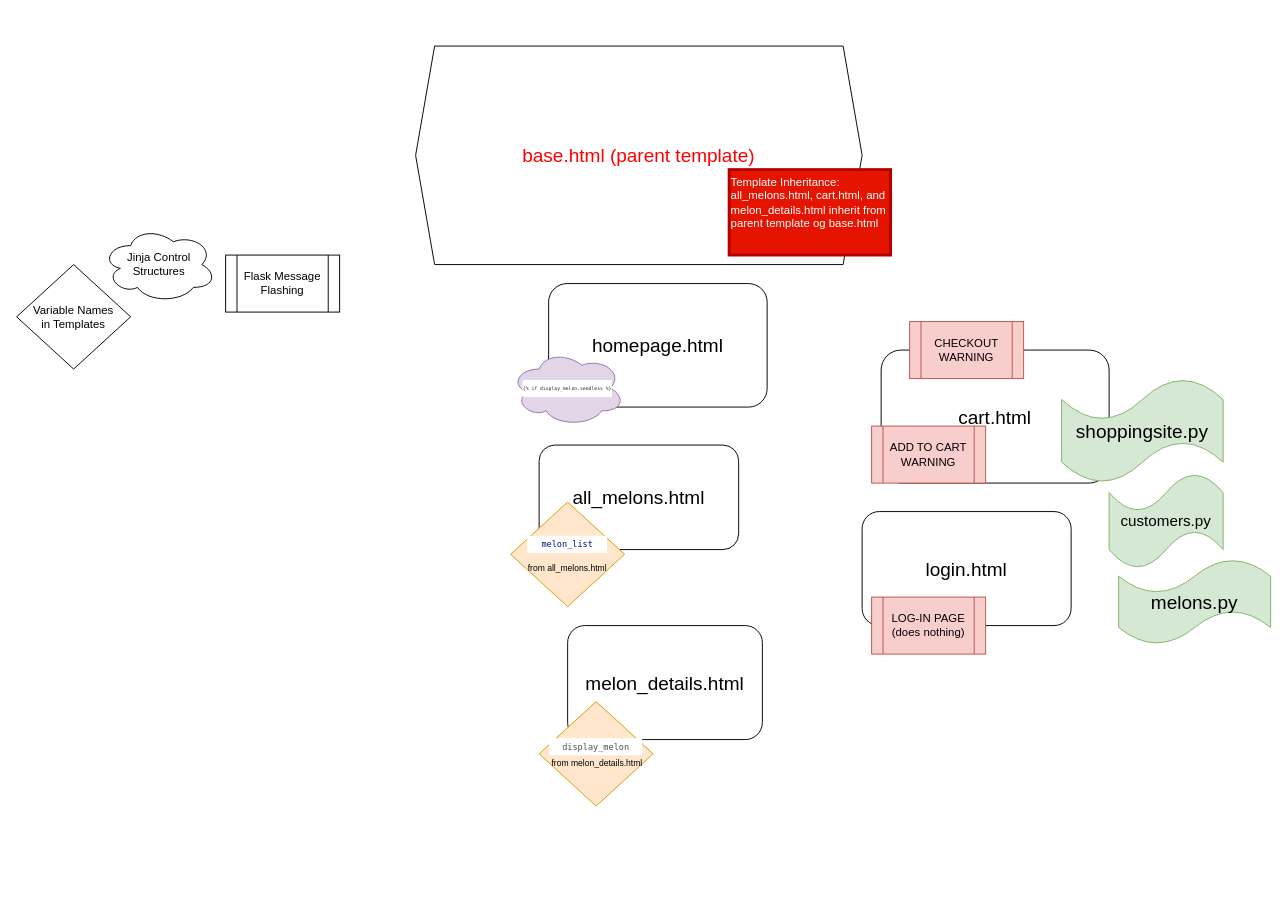
Before: g_and_erikkas_PP-shopping_site.drawio in erikkaincolor/shopping-site, a draw.io diagram. Source tidied: cells renumbered, new cells numbered last; positions are measured from the earlier drawing's top-left corner, leaving out a move shared by most shapes. Both pictures are drawn from the tidied source at 95%, with x=0, y=0 at pixel (16, 46).
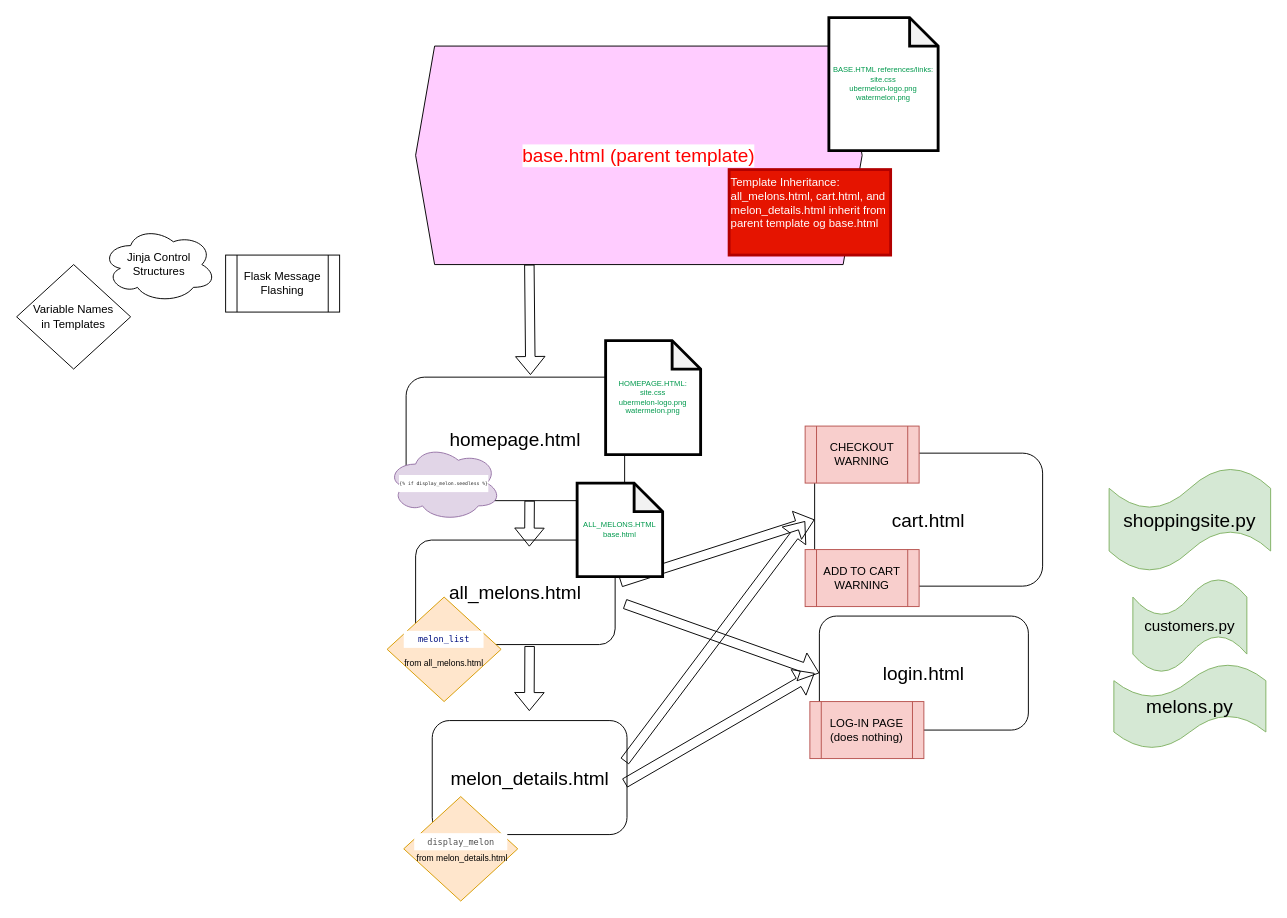
After the change.

Commit message:
went through task 1 in handout

Change to the diagram source:
```diff
@@
     <mxCell id="2" value="&lt;font style=&quot;font-size: 20px;&quot;&gt;melon_details.html&lt;/font&gt;" style="rounded=1;whiteSpace=wrap;html=1;fontSize=12;glass=0;strokeWidth=1;shadow=0;" parent="1" vertex="1">
-      <mxGeometry x="580" y="610" width="205" height="120" as="geometry" />
+      <mxGeometry x="437.5" y="710" width="205" height="120" as="geometry" />
     </mxCell>
     <mxCell id="3" value="&lt;font style=&quot;font-size: 20px;&quot;&gt;login.html&lt;/font&gt;" style="rounded=1;whiteSpace=wrap;html=1;fontSize=12;glass=0;strokeWidth=1;shadow=0;" parent="1" vertex="1">
-      <mxGeometry x="890" y="490" width="220" height="120" as="geometry" />
+      <mxGeometry x="845" y="600" width="220" height="120" as="geometry" />
     </mxCell>
     <mxCell id="4" value="&lt;font style=&quot;font-size: 20px;&quot;&gt;cart.html&lt;/font&gt;" style="rounded=1;whiteSpace=wrap;html=1;fontSize=12;glass=0;strokeWidth=1;shadow=0;" parent="1" vertex="1">
-      <mxGeometry x="910" y="320" width="240" height="140" as="geometry" />
+      <mxGeometry x="840" y="428.5" width="240" height="140" as="geometry" />
     </mxCell>
     <mxCell id="5" value="&lt;font style=&quot;font-size: 20px;&quot;&gt;all_melons.html&lt;/font&gt;" style="rounded=1;whiteSpace=wrap;html=1;fontSize=12;glass=0;strokeWidth=1;shadow=0;" parent="1" vertex="1">
-      <mxGeometry x="550" y="420" width="210" height="110" as="geometry" />
+      <mxGeometry x="420" y="520" width="210" height="110" as="geometry" />
     </mxCell>
@@
     <mxCell id="7" value="&lt;div style=&quot;color: rgb(41, 41, 41); background-color: rgb(255, 255, 255); font-family: Menlo, Monaco, &amp;quot;Courier New&amp;quot;, monospace; font-weight: normal; font-size: 9px; line-height: 18px;&quot;&gt;&lt;div style=&quot;font-size: 9px;&quot;&gt;&lt;font style=&quot;font-size: 9px;&quot;&gt;&lt;span style=&quot;color: rgb(0, 16, 128); font-size: 9px;&quot;&gt;melon_list&lt;/span&gt;&lt;/font&gt;&lt;/div&gt;&lt;/div&gt;&lt;div style=&quot;font-size: 9px;&quot;&gt;&lt;font style=&quot;font-size: 9px;&quot;&gt;&lt;br style=&quot;font-size: 9px;&quot;&gt;&lt;/font&gt;&lt;/div&gt;&lt;div style=&quot;font-size: 9px;&quot;&gt;&lt;font style=&quot;font-size: 9px;&quot;&gt;from all_melons.html&lt;br style=&quot;font-size: 9px;&quot;&gt;&lt;/font&gt;&lt;/div&gt;" style="rhombus;whiteSpace=wrap;html=1;fillColor=#ffe6cc;strokeColor=#d79b00;" parent="1" vertex="1">
-      <mxGeometry x="520" y="480" width="120" height="110" as="geometry" />
+      <mxGeometry x="390" y="580" width="120" height="110" as="geometry" />
     </mxCell>
     <mxCell id="8" value="&lt;div style=&quot;color: rgb(41, 41, 41); background-color: rgb(255, 255, 255); font-family: Menlo, Monaco, &amp;quot;Courier New&amp;quot;, monospace; font-weight: normal; font-size: 9px; line-height: 18px;&quot;&gt;&lt;div style=&quot;font-size: 9px;&quot;&gt;&lt;font style=&quot;font-size: 9px;&quot;&gt;&lt;span style=&quot;color: rgb(81, 81, 81); font-size: 9px;&quot;&gt;display_melon&lt;/span&gt;&lt;/font&gt;&lt;/div&gt;&lt;/div&gt;&lt;font style=&quot;font-size: 9px;&quot;&gt;&amp;nbsp;from melon_details.html&lt;/font&gt;" style="rhombus;whiteSpace=wrap;html=1;fillColor=#ffe6cc;strokeColor=#d79b00;" parent="1" vertex="1">
-      <mxGeometry x="550" y="690" width="120" height="110" as="geometry" />
+      <mxGeometry x="407.5" y="790" width="120" height="110" as="geometry" />
     </mxCell>
@@
     <mxCell id="11" value="LOG-IN PAGE (does nothing)" style="shape=process;whiteSpace=wrap;html=1;backgroundOutline=1;fillColor=#f8cecc;strokeColor=#b85450;" parent="1" vertex="1">
-      <mxGeometry x="900" y="580" width="120" height="60" as="geometry" />
+      <mxGeometry x="835" y="690" width="120" height="60" as="geometry" />
     </mxCell>
     <mxCell id="12" value="CHECKOUT WARNING" style="shape=process;whiteSpace=wrap;html=1;backgroundOutline=1;fillColor=#f8cecc;strokeColor=#b85450;" parent="1" vertex="1">
-      <mxGeometry x="940" y="290" width="120" height="60" as="geometry" />
+      <mxGeometry x="830" y="400" width="120" height="60" as="geometry" />
     </mxCell>
     <mxCell id="13" value="ADD TO CART WARNING" style="shape=process;whiteSpace=wrap;html=1;backgroundOutline=1;fillColor=#f8cecc;strokeColor=#b85450;" parent="1" vertex="1">
-      <mxGeometry x="900" y="400" width="120" height="60" as="geometry" />
+      <mxGeometry x="830" y="530" width="120" height="60" as="geometry" />
     </mxCell>
     <mxCell id="14" value="&lt;font style=&quot;font-size: 16px;&quot;&gt;customers.py&lt;/font&gt;" style="shape=tape;whiteSpace=wrap;html=1;fontSize=9;fillColor=#d5e8d4;strokeColor=#82b366;" parent="1" vertex="1">
-      <mxGeometry x="1150" y="450" width="120" height="100" as="geometry" />
+      <mxGeometry x="1175" y="560" width="120" height="100" as="geometry" />
     </mxCell>
     <mxCell id="15" value="&lt;font style=&quot;font-size: 20px;&quot;&gt;shoppingsite.py&lt;/font&gt;" style="shape=tape;whiteSpace=wrap;html=1;fontSize=9;fillColor=#d5e8d4;strokeColor=#82b366;" parent="1" vertex="1">
-      <mxGeometry x="1100" y="350" width="170" height="110" as="geometry" />
+      <mxGeometry x="1150" y="443.5" width="170" height="110" as="geometry" />
     </mxCell>
     <mxCell id="16" value="&lt;font style=&quot;font-size: 20px;&quot;&gt;melons.py&lt;/font&gt;" style="shape=tape;whiteSpace=wrap;html=1;fontSize=9;fillColor=#d5e8d4;strokeColor=#82b366;" parent="1" vertex="1">
-      <mxGeometry x="1160" y="540" width="160" height="90" as="geometry" />
+      <mxGeometry x="1155" y="650" width="160" height="90" as="geometry" />
     </mxCell>
     <mxCell id="17" value="&lt;font style=&quot;font-size: 20px;&quot;&gt;homepage.html&lt;/font&gt;" style="rounded=1;whiteSpace=wrap;html=1;fontSize=12;glass=0;strokeWidth=1;shadow=0;" parent="1" vertex="1">
-      <mxGeometry x="560" y="250" width="230" height="130" as="geometry" />
+      <mxGeometry x="410" y="348.5" width="230" height="130" as="geometry" />
     </mxCell>
-    <mxCell id="18" value="base.html (parent template)" style="shape=hexagon;perimeter=hexagonPerimeter2;whiteSpace=wrap;html=1;fixedSize=1;fontSize=20;fontColor=#FF0000;" parent="1" vertex="1">
+    <mxCell id="18" value="base.html (parent template)" style="shape=hexagon;perimeter=hexagonPerimeter2;whiteSpace=wrap;html=1;fixedSize=1;fontSize=20;fontColor=#FF0000;labelBackgroundColor=default;fillColor=#FFCCFF;" parent="1" vertex="1">
       <mxGeometry x="420" width="470" height="230" as="geometry" />
     </mxCell>
@@
     <mxCell id="20" value="&lt;div style=&quot;color: rgb(41, 41, 41); background-color: rgb(255, 255, 255); font-family: Menlo, Monaco, &amp;quot;Courier New&amp;quot;, monospace; font-weight: normal; font-size: 5px; line-height: 18px;&quot;&gt;&lt;div style=&quot;font-size: 5px;&quot;&gt;&lt;span style=&quot;color: rgb(41, 41, 41); font-size: 5px;&quot;&gt;{% if display_melon.seedless %}&lt;/span&gt;&lt;/div&gt;&lt;/div&gt;" style="ellipse;shape=cloud;whiteSpace=wrap;html=1;fillColor=#e1d5e7;strokeColor=#9673a6;" parent="1" vertex="1">
-      <mxGeometry x="520" y="320" width="120" height="80" as="geometry" />
+      <mxGeometry x="390" y="420" width="120" height="80" as="geometry" />
     </mxCell>
@@
+    <mxCell id="22" style="shape=flexArrow;endArrow=classic;html=1;rounded=0;fontSize=20;fontColor=#FF0000;entryX=0.569;entryY=-0.017;entryDx=0;entryDy=0;entryPerimeter=0;" parent="1" edge="1" target="17">
+      <mxGeometry relative="1" as="geometry">
+        <mxPoint x="539.7" y="230" as="sourcePoint" />
+      </mxGeometry>
+    </mxCell>
+    <mxCell id="23" style="shape=flexArrow;endArrow=classic;html=1;rounded=0;fontSize=20;fontColor=#FF0000;entryX=0.569;entryY=-0.017;entryDx=0;entryDy=0;entryPerimeter=0;" parent="1" edge="1">
+      <mxGeometry relative="1" as="geometry">
+        <mxPoint x="540" y="478.5" as="sourcePoint" />
+        <mxPoint x="539.7" y="526.9" as="targetPoint" />
+      </mxGeometry>
+    </mxCell>
+    <mxCell id="24" style="shape=flexArrow;endArrow=classic;html=1;rounded=0;fontSize=20;fontColor=#FF0000;entryX=0.569;entryY=-0.017;entryDx=0;entryDy=0;entryPerimeter=0;" parent="1" edge="1">
+      <mxGeometry relative="1" as="geometry">
+        <mxPoint x="540" y="631.5" as="sourcePoint" />
+        <mxPoint x="539.7" y="700" as="targetPoint" />
+      </mxGeometry>
+    </mxCell>
+    <mxCell id="25" style="shape=flexArrow;endArrow=classic;html=1;rounded=0;fontSize=20;fontColor=#FF0000;exitX=1.027;exitY=0.403;exitDx=0;exitDy=0;exitPerimeter=0;entryX=0;entryY=0.5;entryDx=0;entryDy=0;" parent="1" edge="1" source="5" target="4">
+      <mxGeometry relative="1" as="geometry" />
+    </mxCell>
+    <mxCell id="26" style="shape=flexArrow;endArrow=classic;html=1;rounded=0;fontSize=20;fontColor=#FF0000;exitX=1.027;exitY=0.403;exitDx=0;exitDy=0;exitPerimeter=0;entryX=0;entryY=0.5;entryDx=0;entryDy=0;" parent="1" edge="1" target="3">
+      <mxGeometry relative="1" as="geometry">
+        <mxPoint x="640" y="587.2" as="sourcePoint" />
+      </mxGeometry>
+    </mxCell>
+    <mxCell id="27" style="shape=flexArrow;endArrow=classic;html=1;rounded=0;fontSize=20;fontColor=#FF0000;exitX=1.027;exitY=0.403;exitDx=0;exitDy=0;exitPerimeter=0;" parent="1" edge="1">
+      <mxGeometry relative="1" as="geometry">
+        <mxPoint x="640" y="752.9" as="sourcePoint" />
+        <mxPoint x="830" y="500" as="targetPoint" />
+      </mxGeometry>
+    </mxCell>
+    <mxCell id="28" style="shape=flexArrow;endArrow=classic;html=1;rounded=0;fontSize=20;fontColor=#FF0000;exitX=1.027;exitY=0.403;exitDx=0;exitDy=0;exitPerimeter=0;" parent="1" edge="1">
+      <mxGeometry relative="1" as="geometry">
+        <mxPoint x="640" y="775.9" as="sourcePoint" />
+        <mxPoint x="840" y="660" as="targetPoint" />
+      </mxGeometry>
+    </mxCell>
+    <mxCell id="29" value="&lt;font style=&quot;font-size: 8px;&quot;&gt;BASE.HTML references/links:&lt;br style=&quot;font-size: 8px;&quot;&gt;site.css&lt;br style=&quot;font-size: 8px;&quot;&gt;ubermelon-logo.png&lt;br style=&quot;font-size: 8px;&quot;&gt;watermelon.png&lt;br style=&quot;font-size: 8px;&quot;&gt;&lt;/font&gt;" style="shape=note;whiteSpace=wrap;html=1;backgroundOutline=1;darkOpacity=0.05;strokeWidth=3;fontSize=8;fontColor=#00994D;" parent="1" vertex="1">
+      <mxGeometry x="855" y="-30" width="115" height="140" as="geometry" />
+    </mxCell>
+    <mxCell id="30" value="&lt;div align=&quot;center&quot;&gt;HOMEPAGE.HTML:&lt;br&gt;&lt;/div&gt;&lt;div align=&quot;center&quot;&gt;site.css&lt;br&gt;&lt;/div&gt;&lt;div align=&quot;center&quot;&gt;ubermelon-logo.png&lt;br&gt;watermelon.png&lt;/div&gt;" style="shape=note;whiteSpace=wrap;html=1;backgroundOutline=1;darkOpacity=0.05;strokeWidth=3;fontSize=8;fontColor=#00994D;align=center;" parent="1" vertex="1">
+      <mxGeometry x="620" y="310" width="100" height="120" as="geometry" />
+    </mxCell>
+    <mxCell id="31" value="ALL_MELONS.HTML&lt;br&gt;base.html" style="shape=note;whiteSpace=wrap;html=1;backgroundOutline=1;darkOpacity=0.05;strokeWidth=3;fontSize=8;fontColor=#00994D;align=center;" parent="1" vertex="1">
+      <mxGeometry x="590" y="460" width="90" height="98.5" as="geometry" />
+    </mxCell>
```
